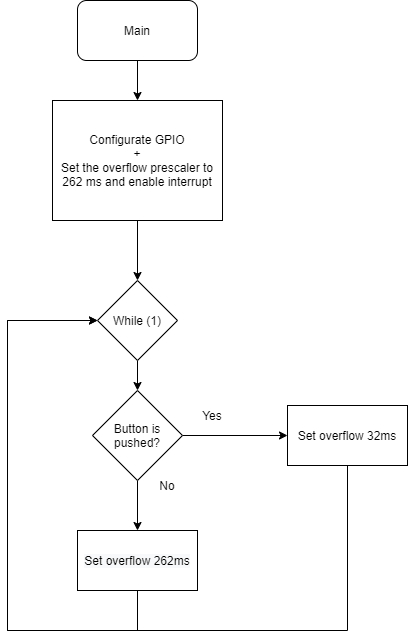
The draw.io diagram Lab/04-Interrupts/Lab4.png in unaxlasa/Digital-electronics-2, before a commit. Source tidied: cells renumbered, new cells last; positions are measured from the earlier drawing's top-left corner, leaving out a move shared by most shapes.
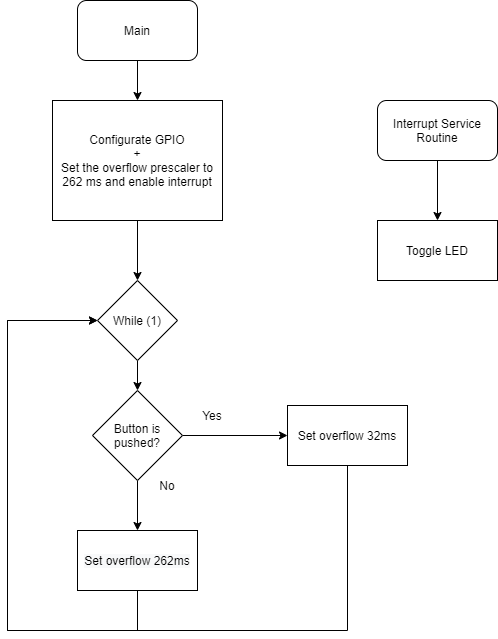
After the commit.

Change to the diagram source:
```diff
@@ -59,5 +59,14 @@
     <mxCell id="16" value="No" style="text;html=1;strokeColor=none;fillColor=none;align=center;verticalAlign=middle;whiteSpace=wrap;rounded=0;" parent="1" vertex="1">
       <mxGeometry x="130" y="470" width="60" height="30" as="geometry" />
     </mxCell>
+    <mxCell id="17" style="edgeStyle=orthogonalEdgeStyle;rounded=0;jettySize=auto;html=1;" parent="1" edge="1" source="18" target="19">
+      <mxGeometry relative="1" as="geometry" />
+    </mxCell>
+    <mxCell id="18" value="Interrupt Service Routine" style="rounded=1;whiteSpace=wrap;html=1;" parent="1" vertex="1">
+      <mxGeometry x="370" y="100" width="120" height="60" as="geometry" />
+    </mxCell>
+    <mxCell id="19" value="Toggle LED" style="rounded=0;whiteSpace=wrap;html=1;" parent="1" vertex="1">
+      <mxGeometry x="370" y="220" width="120" height="60" as="geometry" />
+    </mxCell>
   </root>
 </mxGraphModel>
```
